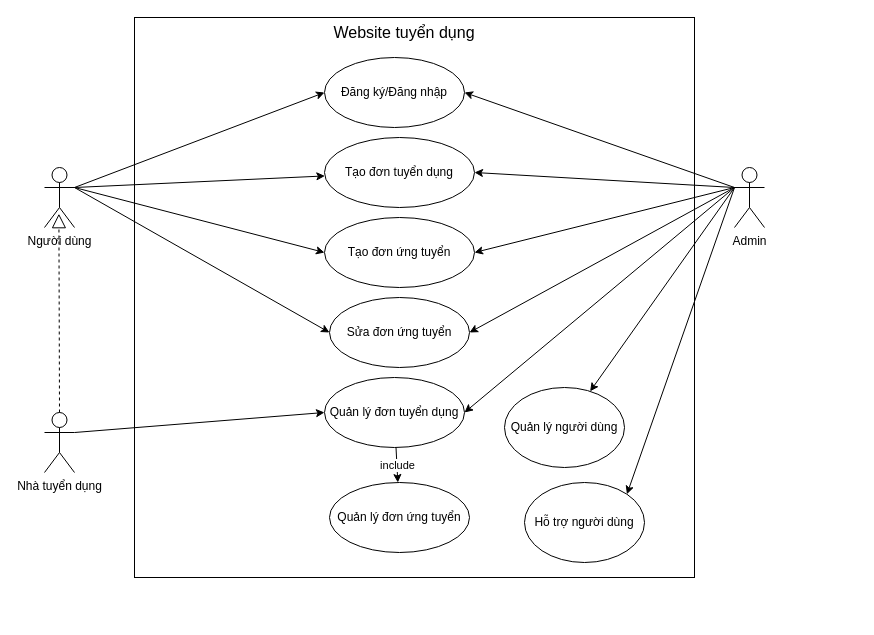
Above: DacTaUSECASE.drawio in LeeTaDa/LeTatDat (draw.io), before the change. Source tidied: cells renumbered, new cells numbered last; positions are measured from the earlier drawing's top-left corner, leaving out a move shared by most shapes. Both pictures are drawn from the tidied source at 100%, with x=0, y=0 at pixel (44, 17).
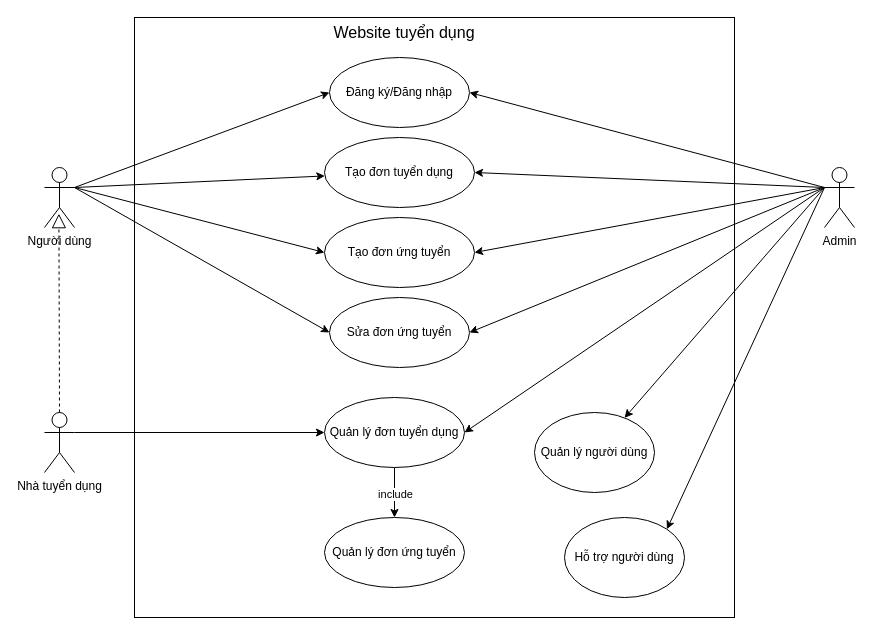
After the change.

Unchanged cells that the change refers to:
```xml
<mxCell id="29" value="Sửa đơn ứng tuyển" style="ellipse;whiteSpace=wrap;html=1;" parent="1" vertex="1">
  <mxGeometry x="285" y="280" width="140" height="70" as="geometry" />
</mxCell>
```

Diff of the diagram source:
```diff
@@
     <mxCell id="2" style="whiteSpace=wrap;html=1;" parent="1" vertex="1">
-      <mxGeometry x="90" width="560" height="560" as="geometry" />
+      <mxGeometry x="90" width="600" height="600" as="geometry" />
     </mxCell>
@@
     <mxCell id="6" value="Đăng ký/Đăng nhập" style="ellipse;whiteSpace=wrap;html=1;" parent="1" vertex="1">
-      <mxGeometry x="280" y="40" width="140" height="70" as="geometry" />
+      <mxGeometry x="285" y="40" width="140" height="70" as="geometry" />
     </mxCell>
@@
     <mxCell id="11" value="Quản lý đơn tuyển dụng" style="ellipse;whiteSpace=wrap;html=1;" parent="1" vertex="1">
-      <mxGeometry x="280" y="360" width="140" height="70" as="geometry" />
+      <mxGeometry x="280" y="380" width="140" height="70" as="geometry" />
     </mxCell>
     <mxCell id="12" value="Quản lý đơn ứng tuyển" style="ellipse;whiteSpace=wrap;html=1;" parent="1" vertex="1">
-      <mxGeometry x="285" y="465" width="140" height="70" as="geometry" />
+      <mxGeometry x="280" y="500" width="140" height="70" as="geometry" />
     </mxCell>
@@
-    <mxCell id="18" style="rounded=0;jettySize=auto;html=1;entryX=1;entryY=0.5;entryDx=0;entryDy=0;" parent="1" edge="1" target="11">
-      <mxGeometry relative="1" as="geometry">
-        <mxPoint x="690" y="170" as="sourcePoint" />
-      </mxGeometry>
+    <mxCell id="18" style="rounded=0;jettySize=auto;html=1;entryX=1;entryY=0.5;entryDx=0;entryDy=0;exitX=0;exitY=0.3333333333333333;exitDx=0;exitDy=0;exitPerimeter=0;" parent="1" edge="1" source="23" target="11">
+      <mxGeometry relative="1" as="geometry" />
     </mxCell>
@@
-    <mxCell id="22" style="rounded=0;jettySize=auto;html=1;entryX=1;entryY=0.5;entryDx=0;entryDy=0;" parent="1" edge="1" target="29">
-      <mxGeometry relative="1" as="geometry">
-        <mxPoint x="690" y="170" as="sourcePoint" />
-      </mxGeometry>
+    <mxCell id="22" style="rounded=0;jettySize=auto;html=1;entryX=1;entryY=0.5;entryDx=0;entryDy=0;exitX=0;exitY=0.3333333333333333;exitDx=0;exitDy=0;exitPerimeter=0;" parent="1" edge="1" source="23" target="29">
+      <mxGeometry relative="1" as="geometry" />
     </mxCell>
     <mxCell id="23" value="Admin" style="shape=umlActor;verticalLabelPosition=bottom;verticalAlign=top;html=1;outlineConnect=0;" parent="1" vertex="1">
-      <mxGeometry x="690" y="150" width="30" height="60" as="geometry" />
+      <mxGeometry x="780" y="150" width="30" height="60" as="geometry" />
     </mxCell>
     <mxCell id="24" value="Quản lý người dùng" style="ellipse;whiteSpace=wrap;html=1;" parent="1" vertex="1">
-      <mxGeometry x="460" y="370" width="120" height="80" as="geometry" />
+      <mxGeometry x="490" y="395" width="120" height="80" as="geometry" />
     </mxCell>
@@
     <mxCell id="26" value="Hỗ trợ người dùng" style="ellipse;whiteSpace=wrap;html=1;" parent="1" vertex="1">
-      <mxGeometry x="480" y="465" width="120" height="80" as="geometry" />
+      <mxGeometry x="520" y="500" width="120" height="80" as="geometry" />
     </mxCell>
```
